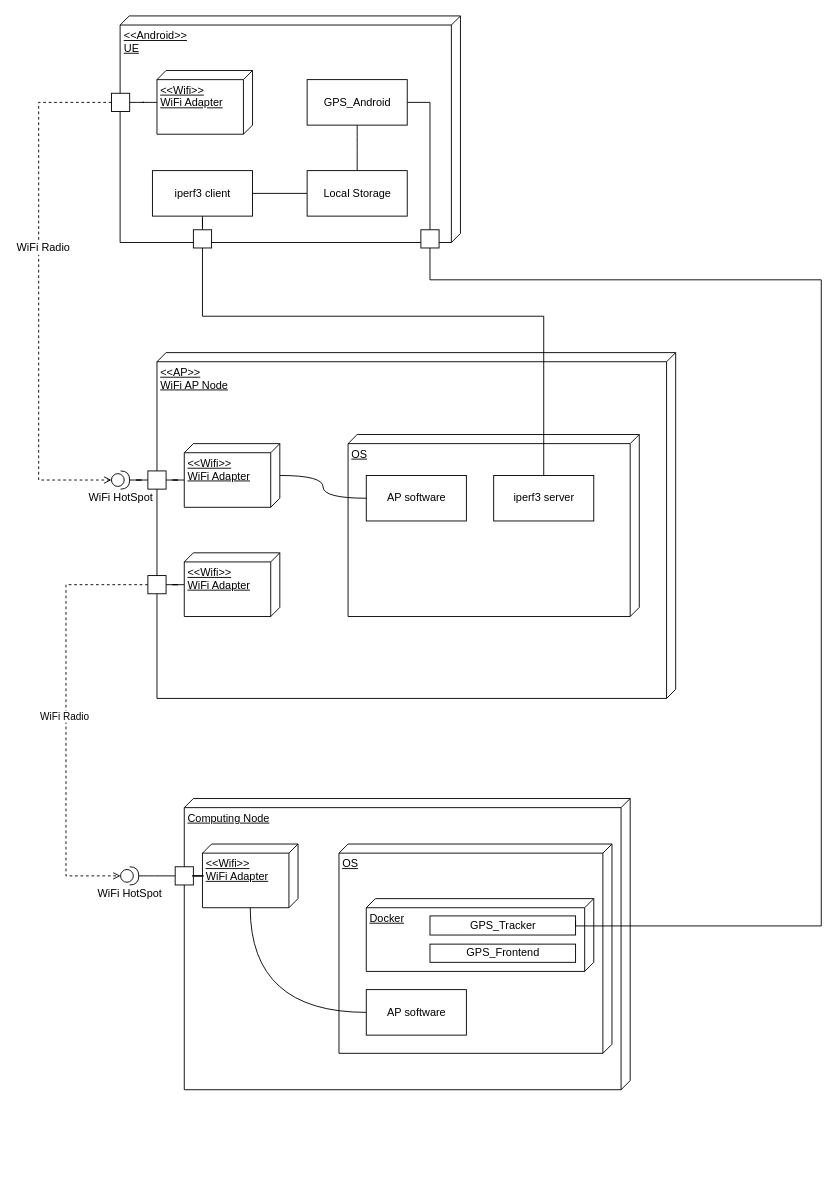
The draw.io diagram page "Deployment_Diagram" (2 of 3) of docs/experiment/sections/images/Deployment Diagram.drawio in Kirkirillka/GPS_Tracker, before the edit. Source tidied: cells renumbered, new cells numbered last; positions are measured from the earlier drawing's top-left corner, leaving out a move shared by most shapes. Both pictures are drawn from the tidied source at 91%, with x=0, y=0 at pixel (38, 15).
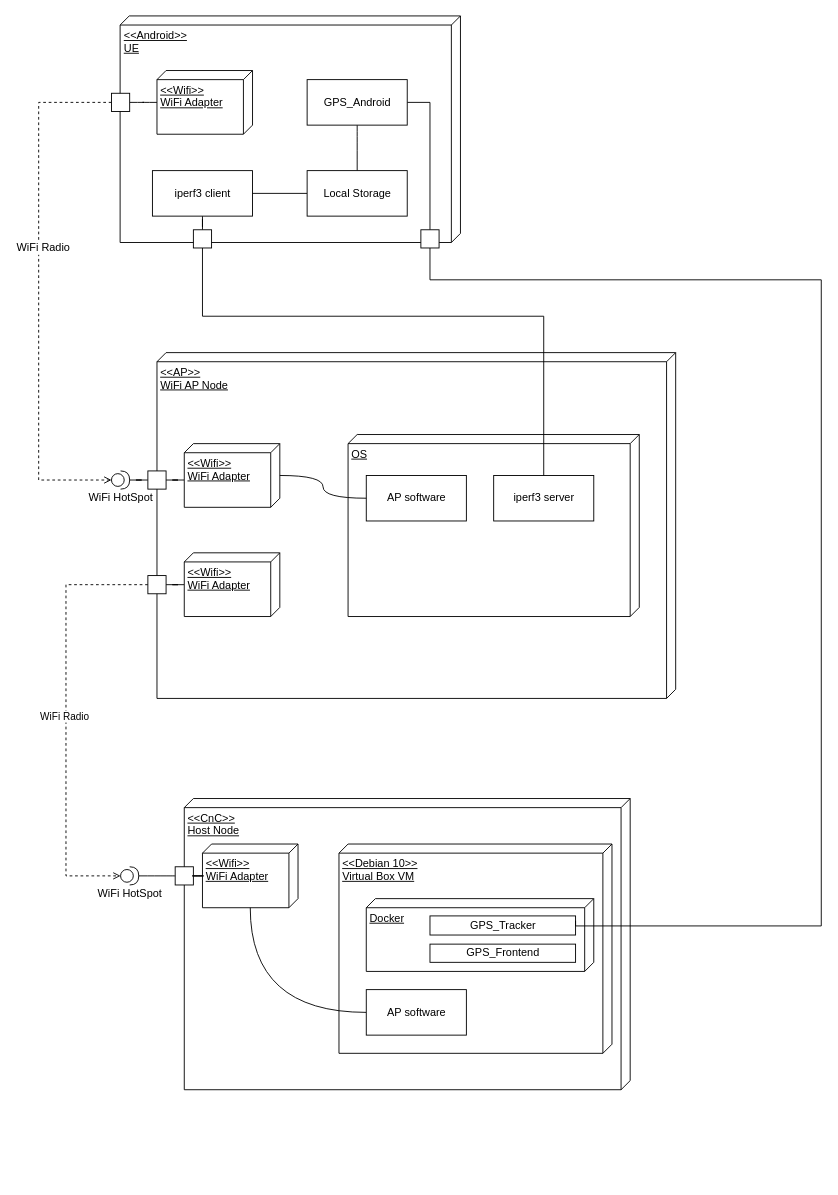
Above is the later version.

The change refers to these unchanged cells:
```xml
<mxCell id="17" style="group;" parent="1" vertex="1">
  <mxGeometry x="90" y="958.5" width="620" height="320" as="geometry" />
</mxCell>
```

What changed in the source:
```diff
@@
-    <mxCell id="19" value="Computing Node" style="verticalAlign=top;align=left;spacingTop=8;spacingLeft=2;spacingRight=12;shape=cube;size=10;direction=south;fontStyle=4;html=1;" parent="17" vertex="1">
+    <mxCell id="19" value="&amp;lt;&amp;lt;CnC&amp;gt;&amp;gt;&lt;br&gt;Host Node&lt;br&gt;" style="verticalAlign=top;align=left;spacingTop=8;spacingLeft=2;spacingRight=12;shape=cube;size=10;direction=south;fontStyle=4;html=1;" parent="17" vertex="1">
       <mxGeometry x="70" y="-98.5" width="490" height="320" as="geometry" />
     </mxCell>
@@
-    <mxCell id="21" value="OS" style="verticalAlign=top;align=left;spacingTop=8;spacingLeft=2;spacingRight=12;shape=cube;size=10;direction=south;fontStyle=4;html=1;" parent="17" vertex="1">
+    <mxCell id="21" value="&amp;lt;&amp;lt;Debian 10&amp;gt;&amp;gt;&lt;br&gt;Virtual Box VM&lt;br&gt;" style="verticalAlign=top;align=left;spacingTop=8;spacingLeft=2;spacingRight=12;shape=cube;size=10;direction=south;fontStyle=4;html=1;" parent="17" vertex="1">
       <mxGeometry x="240" y="-48.5" width="300" height="230" as="geometry" />
     </mxCell>
```
